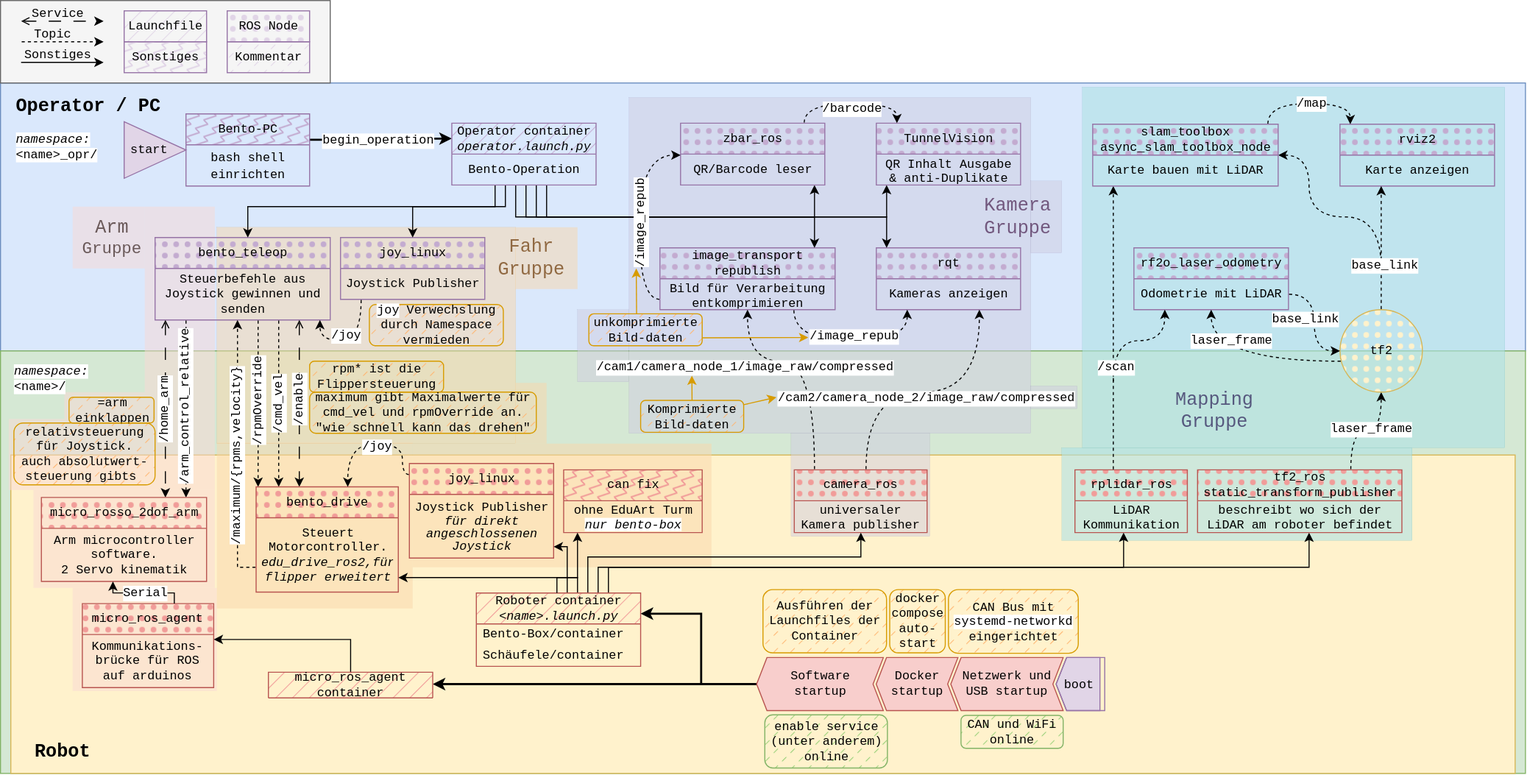
This is draw.io/Bento_software_layout.drawio.svg from Bento-Robotics/.github, a draw.io export, as it was before one commit. Source tidied: cells renumbered, new cells last; positions are measured from the earlier drawing's top-left corner, leaving out a move shared by most shapes.
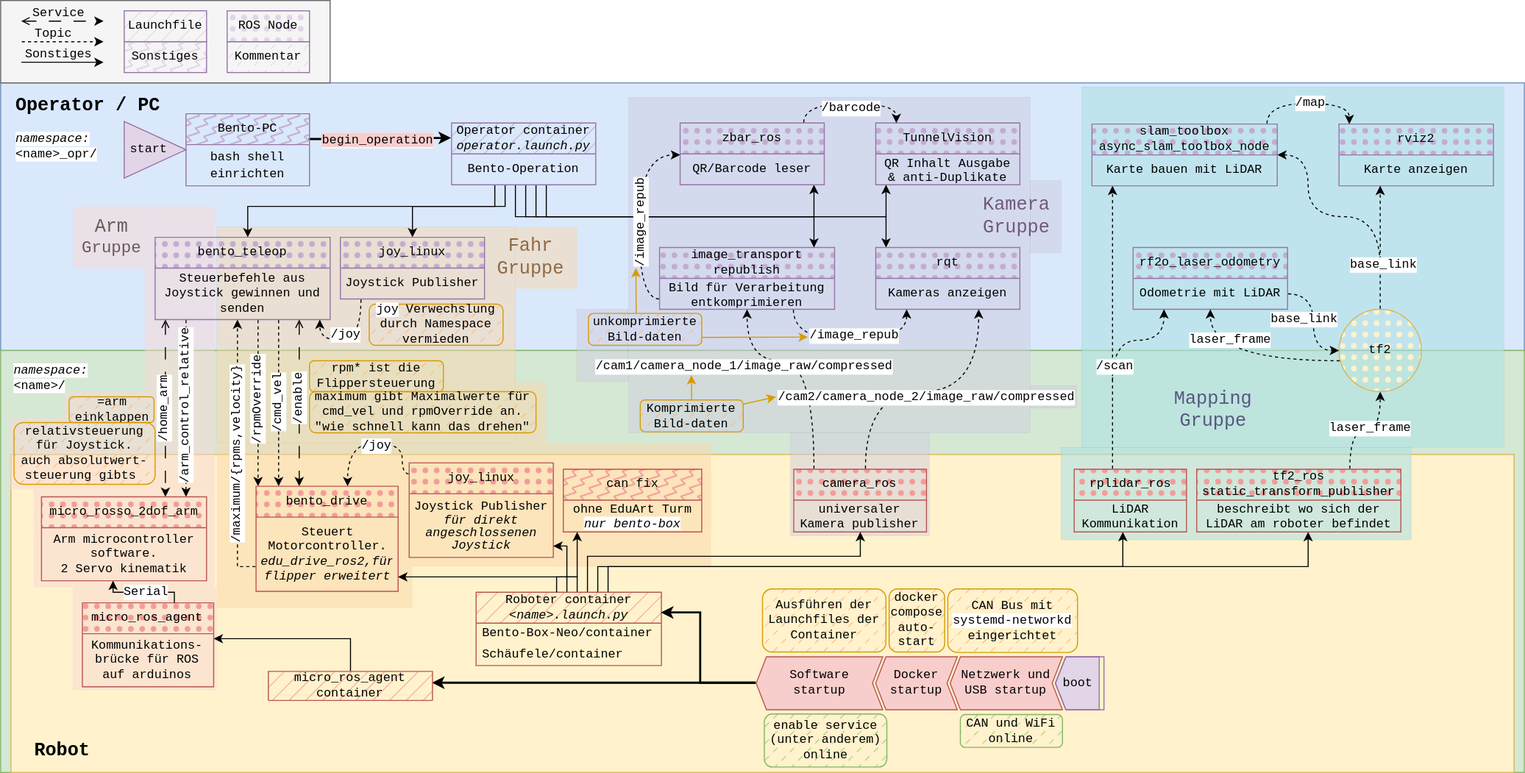
The same file after the commit.

The edit, as a diff of the source:
```diff
@@ -533,13 +533,13 @@
       <mxGeometry y="30" width="198.3" height="30.9" as="geometry" />
     </mxCell>
     <mxCell id="117" value="&lt;div&gt;Roboter container&lt;/div&gt;&lt;i&gt;&amp;lt;name&amp;gt;.launch.py&lt;/i&gt;" style="swimlane;fontStyle=0;horizontal=1;startSize=30;whiteSpace=wrap;html=1;align=center;verticalAlign=middle;spacingLeft=4;spacingRight=4;fontFamily=Courier New;fontSize=12;fillColor=#F19C99;strokeColor=#b85450;fillStyle=hatch;" parent="1" vertex="1">
-      <mxGeometry x="461.8" y="574.9" width="159.5" height="71.2" as="geometry" />
+      <mxGeometry x="461.8" y="574.9" width="180" height="71.2" as="geometry" />
     </mxCell>
-    <mxCell id="118" value="&lt;a href=&quot;https://github.com/Bento-Robotics/Bento-Box/tree/main/container&quot;&gt;Bento-Box/container&lt;/a&gt;" style="text;strokeColor=none;fillColor=none;align=left;verticalAlign=middle;spacingLeft=4;spacingRight=4;overflow=hidden;whiteSpace=wrap;html=1;fontFamily=Courier New;fontSize=12;fontColor=default;fontStyle=0;horizontal=1;" parent="117" vertex="1">
-      <mxGeometry y="30" width="159.5" height="20.6" as="geometry" />
+    <mxCell id="118" value="&lt;a href=&quot;https://github.com/Bento-Robotics/Bento-Box-Neo/tree/main/container&quot;&gt;Bento-Box-Neo/container&lt;/a&gt;" style="text;strokeColor=none;fillColor=none;align=left;verticalAlign=middle;spacingLeft=4;spacingRight=4;overflow=hidden;whiteSpace=wrap;html=1;fontFamily=Courier New;fontSize=12;fontColor=default;fontStyle=0;horizontal=1;" parent="117" vertex="1">
+      <mxGeometry y="30" width="180" height="20.6" as="geometry" />
     </mxCell>
     <mxCell id="119" value="&lt;a href=&quot;https://github.com/Bento-Robotics/Schaeufele/tree/main/container&quot;&gt;Schäufele/container&lt;/a&gt;" style="text;strokeColor=none;fillColor=none;align=left;verticalAlign=middle;spacingLeft=4;spacingRight=4;overflow=hidden;whiteSpace=wrap;html=1;fontFamily=Courier New;fontSize=12;fontColor=default;fontStyle=0;horizontal=1;" parent="117" vertex="1">
-      <mxGeometry y="50.6" width="159.5" height="20.6" as="geometry" />
+      <mxGeometry y="50.6" width="180" height="20.6" as="geometry" />
     </mxCell>
     <mxCell id="120" value="&lt;a href=&quot;https://index.ros.org/p/joy_linux/&quot;&gt;joy_linux&lt;/a&gt;" style="swimlane;fontStyle=0;horizontal=1;startSize=30;whiteSpace=wrap;html=1;rounded=0;shadow=0;glass=0;fillStyle=dots;strokeColor=#b85450;align=center;verticalAlign=middle;swimlaneFillColor=none;fontFamily=Courier New;fontSize=12;fillColor=#F19C99;" parent="1" vertex="1">
       <mxGeometry x="396.8" y="449.2" width="140" height="91.8" as="geometry" />
@@ -635,7 +635,7 @@
       <mxGeometry x="932.2" y="693.7" width="99.2" height="31.9" as="geometry" />
     </mxCell>
     <mxCell id="141" value="&lt;div&gt;micro_ros_agent container&lt;/div&gt;" style="swimlane;fontStyle=0;horizontal=1;startSize=30;whiteSpace=wrap;html=1;align=center;verticalAlign=middle;spacingLeft=4;spacingRight=4;fontFamily=Courier New;fontSize=12;fillColor=#F19C99;strokeColor=#b85450;fillStyle=hatch;" parent="1" vertex="1">
-      <mxGeometry x="260" y="651.8" width="159.5" height="24.9" as="geometry" />
+      <mxGeometry x="260" y="651.8" width="159.5" height="28.2" as="geometry" />
     </mxCell>
     <mxCell id="142" value="relativsteuerung für Joystick.&lt;br&gt;auch absolutwert-steuerung gibts&amp;nbsp;" style="rounded=1;whiteSpace=wrap;html=1;align=center;verticalAlign=middle;spacingLeft=4;spacingRight=4;fontFamily=Courier New;fontSize=12;fontStyle=0;horizontal=1;fillColor=#FFB570;strokeColor=#d79b00;fillStyle=dashed;" parent="1" vertex="1">
       <mxGeometry x="13" y="410" width="137" height="60" as="geometry" />
```
